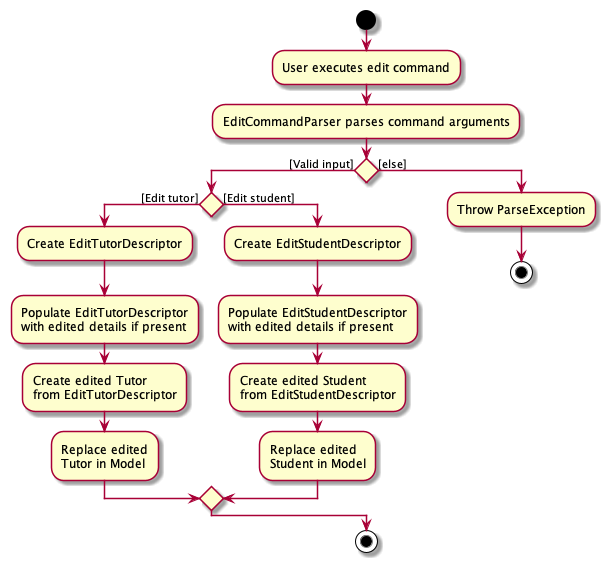
The PlantUML diagram docs/images/EditCommandActivityDiagram.png in tenebrius1/tp, before a commit. Its diagram source:
```plantuml
@startuml
start
:User executes edit command;
:EditCommandParser parses command arguments;

if () then ([Valid input])
    if () then([Edit tutor])
        :Create EditTutorDescriptor;
        :Populate EditTutorDescriptor
        with edited details if present;
        :Create edited Tutor
        from EditTutorDescriptor;
        :Replace edited
        Tutor in Model;
    else ([Edit student])
        :Create EditStudentDescriptor;
        :Populate EditStudentDescriptor
        with edited details if present;
        :Create edited Student
        from EditStudentDescriptor;
        :Replace edited
        Student in Model;
    endif
else ([else])
    :Throw ParseException;
    stop
endif
stop
@enduml
```
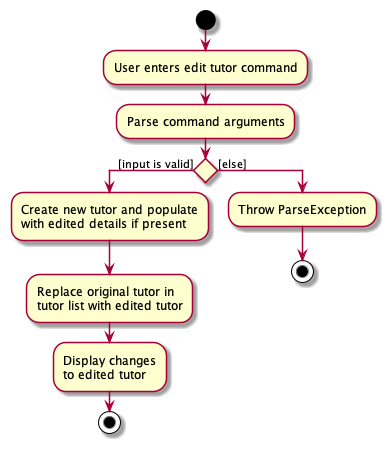
After the change.

Diff of the diagram source:
```diff
@@ -1,29 +1,18 @@
 @startuml
 start
-:User executes edit command;
-:EditCommandParser parses command arguments;
+:User enters edit tutor command;
+:Parse command arguments;
 
-if () then ([Valid input])
-    if () then([Edit tutor])
-        :Create EditTutorDescriptor;
-        :Populate EditTutorDescriptor
-        with edited details if present;
-        :Create edited Tutor
-        from EditTutorDescriptor;
-        :Replace edited
-        Tutor in Model;
-    else ([Edit student])
-        :Create EditStudentDescriptor;
-        :Populate EditStudentDescriptor
-        with edited details if present;
-        :Create edited Student
-        from EditStudentDescriptor;
-        :Replace edited
-        Student in Model;
-    endif
+if () then ([input is valid])
+    :Create new tutor and populate
+    with edited details if present;
+    :Replace original tutor in
+    tutor list with edited tutor;
+    :Display changes
+    to edited tutor;
+    stop
 else ([else])
     :Throw ParseException;
     stop
 endif
-stop
 @enduml
```
